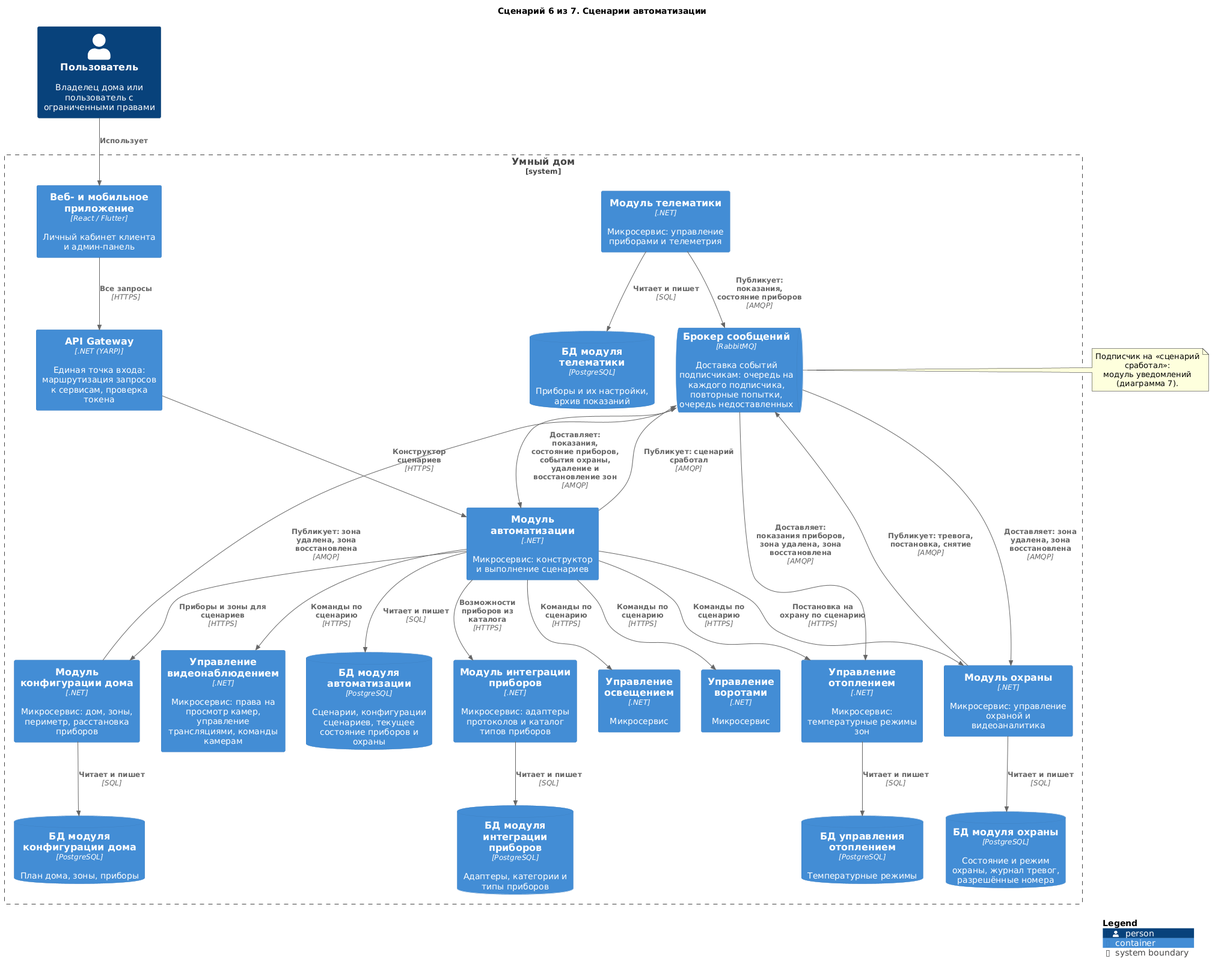
The PlantUML diagram diagrams/containers-scenarios/06-automation.png in Lyamin-av/architecture-warmhouse, before a commit.
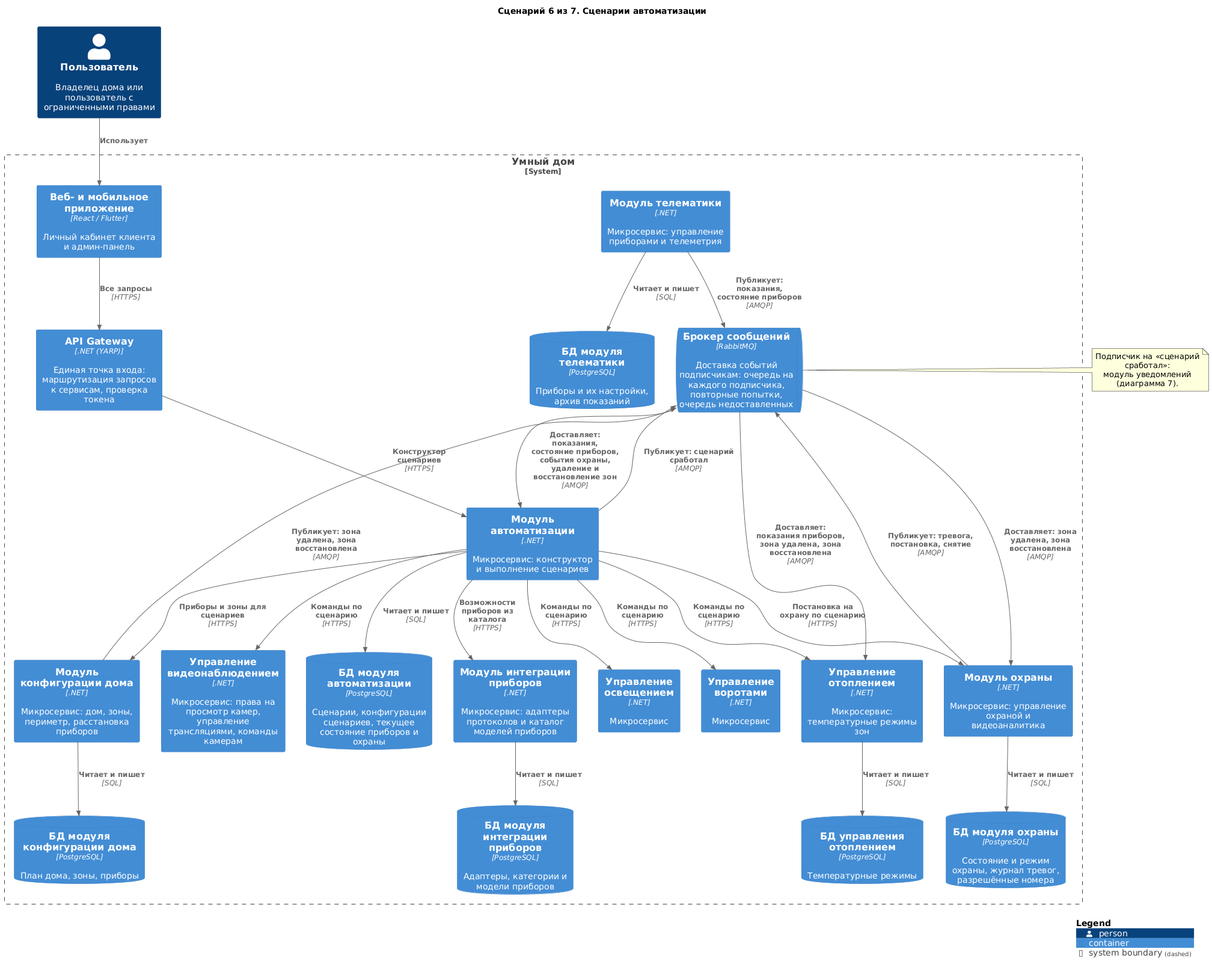
Above is the later version.

Diff of the diagram source:
```diff
@@ -10,7 +10,7 @@
     Container(Gateway, "API Gateway", ".NET (YARP)", "Единая точка входа: маршрутизация запросов к сервисам, проверка токена")
     Container(Automation, "Модуль автоматизации", ".NET", "Микросервис: конструктор и выполнение сценариев")
     Container(HouseConfigurator, "Модуль конфигурации дома", ".NET", "Микросервис: дом, зоны, периметр, расстановка приборов")
-    Container(DeviceIntegration, "Модуль интеграции приборов", ".NET", "Микросервис: адаптеры протоколов и каталог типов приборов")
+    Container(DeviceIntegration, "Модуль интеграции приборов", ".NET", "Микросервис: адаптеры протоколов и каталог моделей приборов")
     Container(Heating, "Управление отоплением", ".NET", "Микросервис: температурные режимы зон")
     Container(Lighting, "Управление освещением", ".NET", "Микросервис")
     Container(GateControl, "Управление воротами", ".NET", "Микросервис")
@@ -21,7 +21,7 @@
     ContainerDb(dbHeating, "БД управления отоплением", "PostgreSQL", "Температурные режимы")
     ContainerDb(dbSecurity, "БД модуля охраны", "PostgreSQL", "Состояние и режим охраны, журнал тревог, разрешённые номера")
     ContainerDb(dbTelematics, "БД модуля телематики", "PostgreSQL", "Приборы и их настройки, архив показаний")
-    ContainerDb(dbDIS, "БД модуля интеграции приборов", "PostgreSQL", "Адаптеры, категории и типы приборов")
+    ContainerDb(dbDIS, "БД модуля интеграции приборов", "PostgreSQL", "Адаптеры, категории и модели приборов")
     ContainerDb(dbAuto, "БД модуля автоматизации", "PostgreSQL", "Сценарии, конфигурации сценариев, текущее состояние приборов и охраны")
     ContainerDb(dbHC, "БД модуля конфигурации дома", "PostgreSQL", "План дома, зоны, приборы")
 }
```
